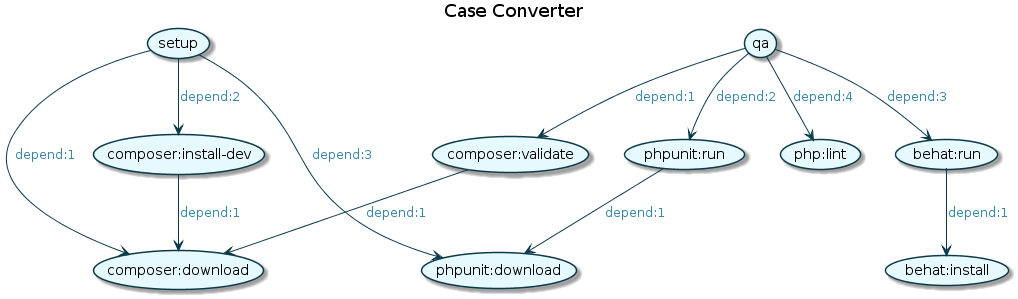
Earlier version of the PlantUML export build.png (jawira/case-converter).
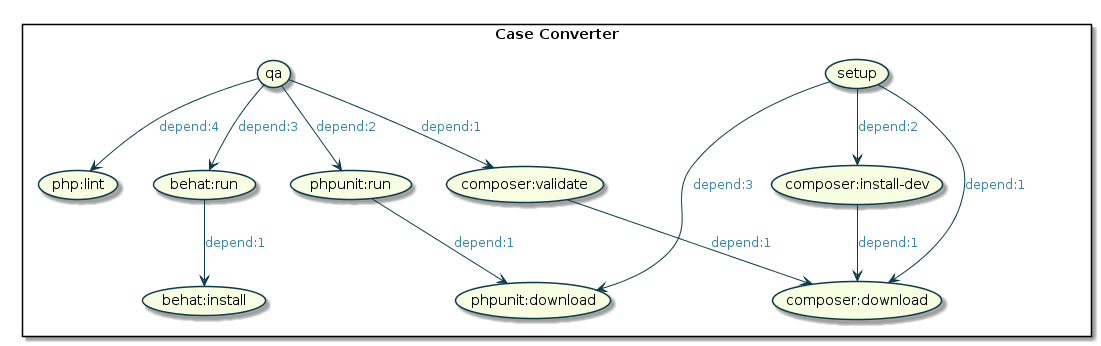
After the commit.

Commit message:
Preparing for release v1.1.6

What changed in the source:
```diff
@@ -1,14 +1,14 @@
 @startuml
-title Case Converter
 skinparam Arrow {
-    Color #0C3A49
-    FontColor #3787A6
+Color #0C3A49
+FontColor #3787A6
 }
-skinparam Usecase {
-    BackgroundColor #E6F9FE
-    BorderColor #0C3A49
+skinparam UseCase {
+BackgroundColor #F7FEE1
+BorderColor #0C3A49
 }
 
+rectangle "Case Converter" {
 (phpunit:download)
 (setup)
 (composer:download)
@@ -19,6 +19,7 @@
 (php:lint)
 (behat:run)
 (behat:install)
+}
 
 (setup) --> (composer:download) : depend:1
 (setup) --> (composer:install-dev) : depend:2
```
